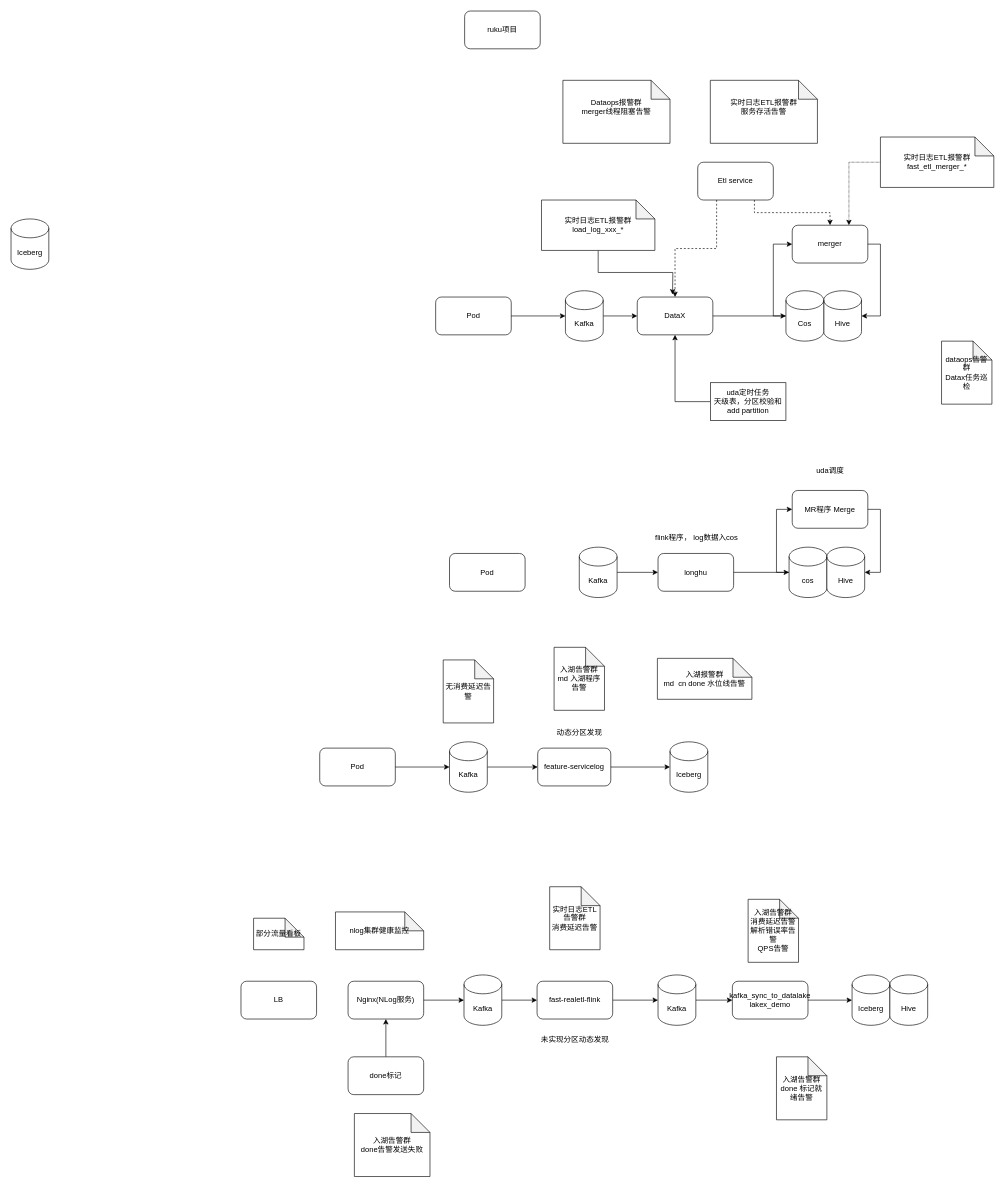
Before: 日志入库.drawio in ic4y/diagrams, a draw.io diagram. Source tidied: cells renumbered, new cells numbered last; positions are measured from the earlier drawing's top-left corner, leaving out a move shared by most shapes. Both pictures are drawn from the tidied source at 63%, with x=0, y=0 at pixel (11, 11).
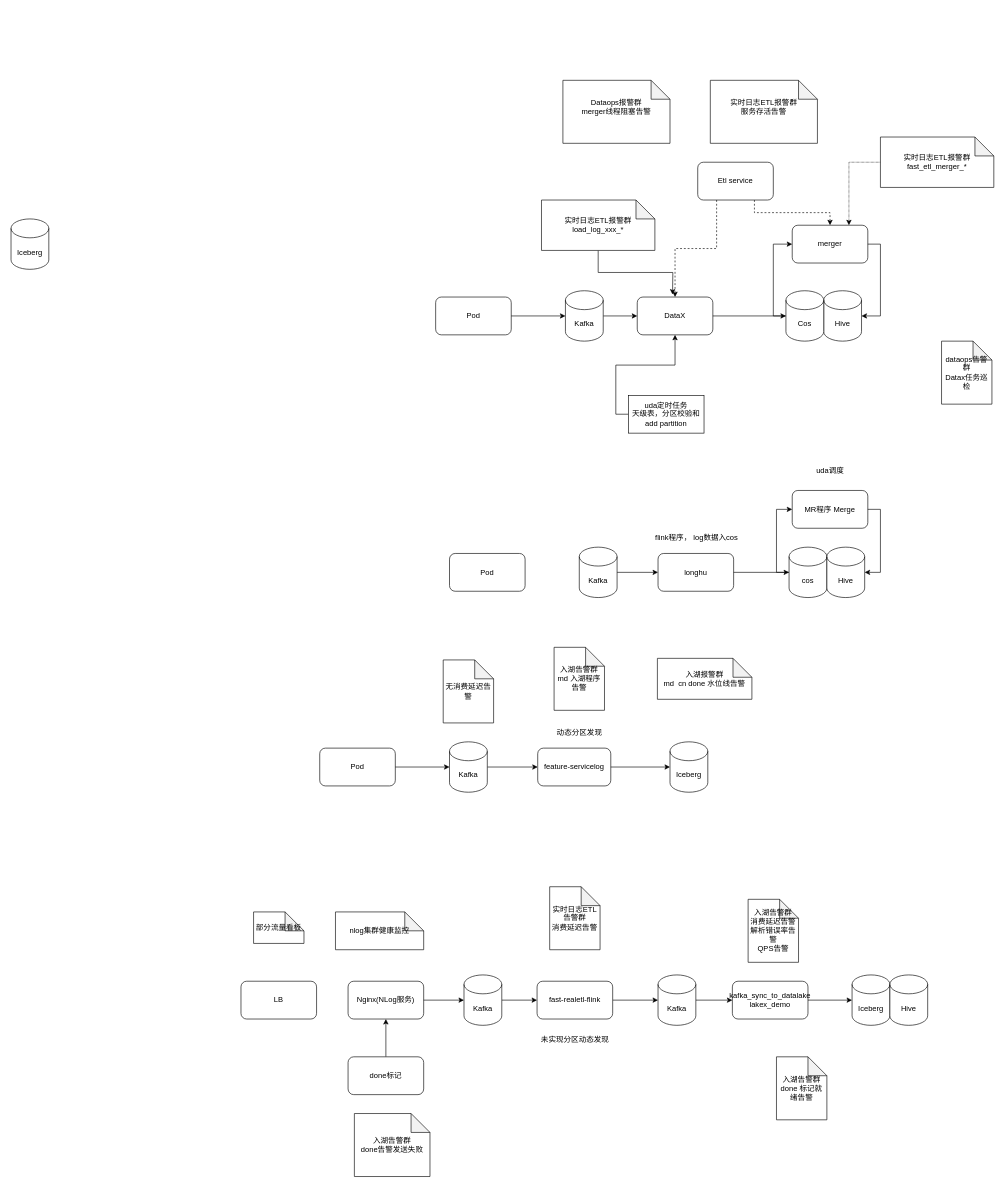
After the change.

Commit message:
更新日志入库.drawio

The edit, as a diff of the source:
```diff
@@
-    <mxCell id="2" value="ruku项目" style="rounded=1;whiteSpace=wrap;html=1;" parent="1" vertex="1">
-      <mxGeometry x="720" width="120" height="60" as="geometry" />
-    </mxCell>
@@
     <mxCell id="44" value="部分流量看板" style="shape=note;whiteSpace=wrap;html=1;backgroundOutline=1;darkOpacity=0.05;" parent="1" vertex="1">
-      <mxGeometry x="385" y="1440" width="80" height="50" as="geometry" />
+      <mxGeometry x="385" y="1430" width="80" height="50" as="geometry" />
     </mxCell>
@@
     <mxCell id="66" value="uda定时任务&lt;br&gt;天级表，分区校验和add partition" style="whiteSpace=wrap;html=1;" parent="1" vertex="1">
-      <mxGeometry x="1110" y="590" width="120" height="60" as="geometry" />
+      <mxGeometry x="980" y="610" width="120" height="60" as="geometry" />
     </mxCell>
```
